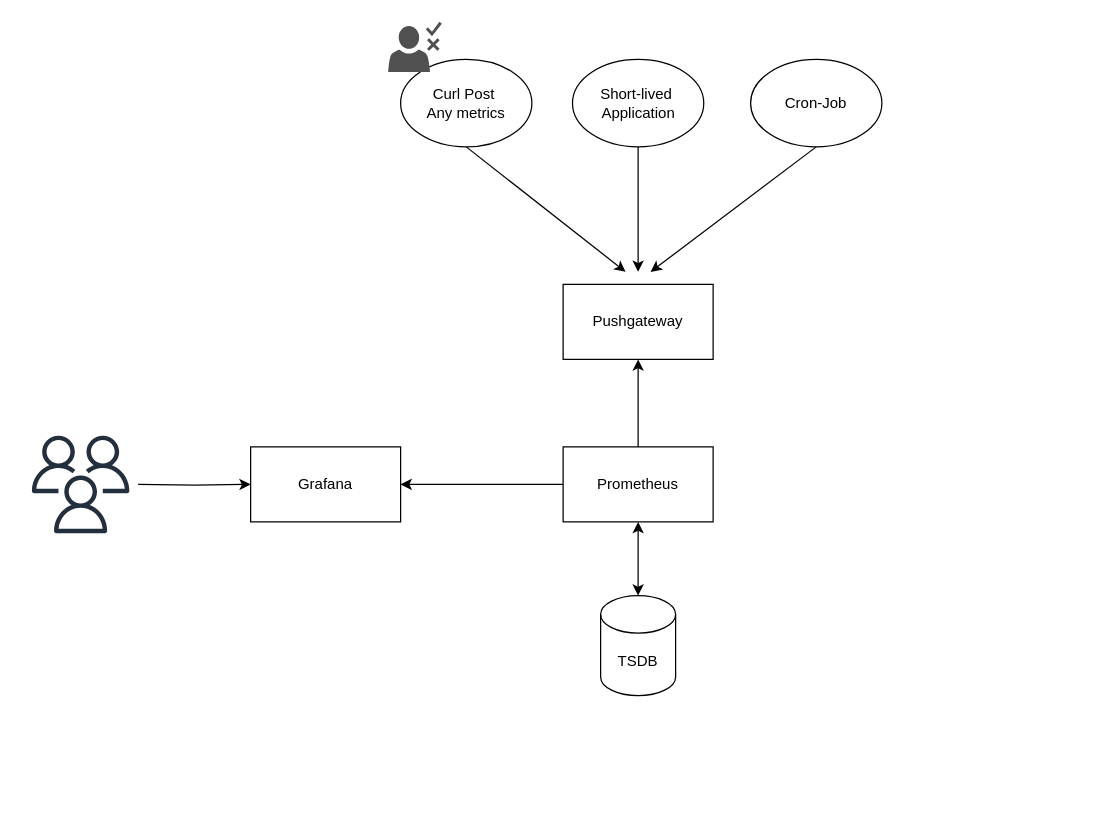
This is k8s-prom-pushgateway.drawio from naren4b/k8s-monitoring, a draw.io file, before an edit. Source tidied: cells renumbered, new cells numbered last; positions are measured from the earlier drawing's top-left corner, leaving out a move shared by most shapes. Both pictures are drawn from the tidied source at 125%, with x=0, y=0 at pixel (31, 21).
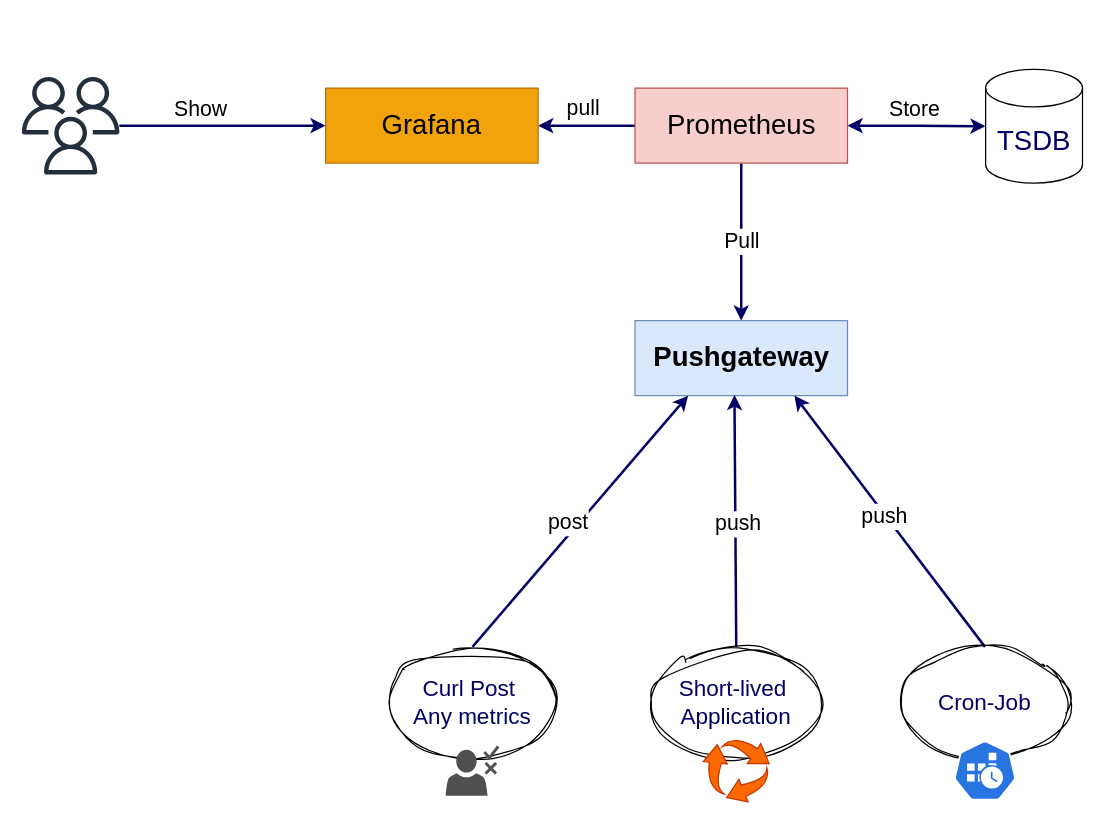
After the change.

Diff of the diagram source:
```diff
@@
-    <mxCell id="2" style="edgeStyle=orthogonalEdgeStyle;rounded=0;jettySize=auto;html=1;exitX=0.5;exitY=0;exitDx=0;exitDy=0;entryX=0.5;entryY=1;entryDx=0;entryDy=0;" parent="1" edge="1" source="5" target="6">
+    <mxCell id="2" value="&lt;font style=&quot;font-size: 17px;&quot;&gt;Pull&lt;/font&gt;" style="edgeStyle=orthogonalEdgeStyle;rounded=0;jettySize=auto;html=1;exitX=0.5;exitY=1;exitDx=0;exitDy=0;entryX=0.5;entryY=0;entryDx=0;entryDy=0;flowAnimation=1;strokeWidth=2;strokeColor=#000066;labelBackgroundColor=default;" parent="1" edge="1" source="5" target="6">
       <mxGeometry relative="1" as="geometry" />
     </mxCell>
-    <mxCell id="3" style="rounded=0;jettySize=auto;html=1;exitX=0;exitY=0.5;exitDx=0;exitDy=0;entryX=1;entryY=0.5;entryDx=0;entryDy=0;" parent="1" edge="1" source="5" target="15">
+    <mxCell id="3" style="rounded=0;jettySize=auto;html=1;exitX=0;exitY=0.5;exitDx=0;exitDy=0;entryX=1;entryY=0.5;entryDx=0;entryDy=0;flowAnimation=1;strokeWidth=2;strokeColor=#000066;" parent="1" edge="1" source="5" target="15">
       <mxGeometry relative="1" as="geometry" />
     </mxCell>
+    <mxCell id="18" value="&lt;font style=&quot;font-size: 17px;&quot;&gt;pull&lt;/font&gt;" style="edgeLabel;html=1;align=center;verticalAlign=middle;" parent="3" vertex="1">
+      <mxGeometry x="0.08" y="-1" relative="1" as="geometry">
+        <mxPoint y="-13" as="offset" />
+      </mxGeometry>
+    </mxCell>
-    <mxCell id="4" style="edgeStyle=orthogonalEdgeStyle;rounded=0;jettySize=auto;html=1;exitX=0.5;exitY=1;exitDx=0;exitDy=0;startArrow=classic;startFill=1;" parent="1" edge="1" source="5" target="7">
+    <mxCell id="4" style="edgeStyle=orthogonalEdgeStyle;rounded=0;jettySize=auto;html=1;startArrow=classic;startFill=1;flowAnimation=1;strokeWidth=2;strokeColor=#000066;" parent="1" edge="1" source="5" target="7">
       <mxGeometry relative="1" as="geometry" />
     </mxCell>
+    <mxCell id="19" value="&lt;font style=&quot;font-size: 17px;&quot;&gt;Store&lt;/font&gt;" style="edgeLabel;html=1;align=center;verticalAlign=middle;" parent="4" vertex="1">
+      <mxGeometry x="-0.04" relative="1" as="geometry">
+        <mxPoint y="-13" as="offset" />
+      </mxGeometry>
+    </mxCell>
-    <mxCell id="5" value="Prometheus" style="rounded=0;whiteSpace=wrap;html=1;" parent="1" vertex="1">
-      <mxGeometry x="425" y="340" width="120" height="60" as="geometry" />
+    <mxCell id="5" value="Prometheus" style="rounded=0;whiteSpace=wrap;html=1;fontSize=22;fillColor=#f8cecc;strokeColor=#b85450;" parent="1" vertex="1">
+      <mxGeometry x="482.5" y="53" width="170" height="60" as="geometry" />
     </mxCell>
-    <mxCell id="6" value="Pushgateway" style="rounded=0;whiteSpace=wrap;html=1;" parent="1" vertex="1">
-      <mxGeometry x="425" y="210" width="120" height="60" as="geometry" />
+    <mxCell id="6" value="Pushgateway" style="rounded=0;whiteSpace=wrap;html=1;fontSize=22;fontStyle=1;fillColor=#dae8fc;strokeColor=#6c8ebf;" parent="1" vertex="1">
+      <mxGeometry x="482.5" y="239" width="170" height="60" as="geometry" />
     </mxCell>
-    <mxCell id="7" value="TSDB" style="shape=cylinder3;whiteSpace=wrap;html=1;boundedLbl=1;backgroundOutline=1;size=15;" parent="1" vertex="1">
-      <mxGeometry x="455" y="459" width="60" height="80" as="geometry" />
+    <mxCell id="7" value="TSDB" style="shape=cylinder3;whiteSpace=wrap;html=1;boundedLbl=1;backgroundOutline=1;size=15;fontSize=22;fontColor=#000066;" parent="1" vertex="1">
+      <mxGeometry x="763" y="38" width="77.5" height="91" as="geometry" />
     </mxCell>
-    <mxCell id="8" style="rounded=0;jettySize=auto;html=1;exitX=0.5;exitY=1;exitDx=0;exitDy=0;" parent="1" edge="1" source="9">
-      <mxGeometry relative="1" as="geometry">
-        <mxPoint x="485" y="200" as="targetPoint" />
-      </mxGeometry>
+    <mxCell id="8" style="rounded=0;jettySize=auto;html=1;exitX=0.5;exitY=0;exitDx=0;exitDy=0;entryX=0.468;entryY=0.99;entryDx=0;entryDy=0;flowAnimation=1;strokeWidth=2;strokeColor=#000066;entryPerimeter=0;" parent="1" edge="1" source="9" target="6">
+      <mxGeometry relative="1" as="geometry" />
     </mxCell>
+    <mxCell id="20" value="&lt;font style=&quot;font-size: 17px;&quot;&gt;push&lt;/font&gt;" style="edgeLabel;html=1;align=center;verticalAlign=middle;" parent="8" vertex="1">
+      <mxGeometry x="-0.03" y="-2" relative="1" as="geometry" />
+    </mxCell>
-    <mxCell id="9" value="Short-lived&amp;nbsp;&lt;div&gt;Application&lt;/div&gt;" style="ellipse;whiteSpace=wrap;html=1;" parent="1" vertex="1">
-      <mxGeometry x="432.5" y="30" width="105" height="70" as="geometry" />
+    <mxCell id="9" value="Short-lived&amp;nbsp;&lt;div style=&quot;font-size: 18px;&quot;&gt;Application&lt;/div&gt;" style="ellipse;whiteSpace=wrap;html=1;fontSize=18;fontColor=#000066;sketch=1;curveFitting=1;jiggle=2;fillColor=none;" parent="1" vertex="1">
+      <mxGeometry x="496" y="500" width="135" height="90" as="geometry" />
     </mxCell>
-    <mxCell id="10" style="rounded=0;jettySize=auto;html=1;exitX=0.5;exitY=1;exitDx=0;exitDy=0;" parent="1" edge="1" source="11">
-      <mxGeometry relative="1" as="geometry">
-        <mxPoint x="495" y="200" as="targetPoint" />
-      </mxGeometry>
+    <mxCell id="10" style="rounded=0;jettySize=auto;html=1;exitX=0.5;exitY=0;exitDx=0;exitDy=0;entryX=0.75;entryY=1;entryDx=0;entryDy=0;flowAnimation=1;strokeWidth=2;strokeColor=#000066;" parent="1" edge="1" source="11" target="6">
+      <mxGeometry relative="1" as="geometry" />
     </mxCell>
+    <mxCell id="21" value="&lt;font style=&quot;font-size: 17px;&quot;&gt;push&lt;/font&gt;" style="edgeLabel;html=1;align=center;verticalAlign=middle;" parent="10" vertex="1">
+      <mxGeometry x="0.05" y="1" relative="1" as="geometry" />
+    </mxCell>
-    <mxCell id="11" value="Cron-Job" style="ellipse;whiteSpace=wrap;html=1;" parent="1" vertex="1">
-      <mxGeometry x="575" y="30" width="105" height="70" as="geometry" />
+    <mxCell id="11" value="Cron-Job" style="ellipse;whiteSpace=wrap;html=1;fontSize=18;fontColor=#000066;sketch=1;curveFitting=1;jiggle=2;fillColor=none;" parent="1" vertex="1">
+      <mxGeometry x="695" y="500" width="135" height="90" as="geometry" />
     </mxCell>
-    <mxCell id="12" style="rounded=0;jettySize=auto;html=1;exitX=0.5;exitY=1;exitDx=0;exitDy=0;" parent="1" edge="1" source="13">
-      <mxGeometry relative="1" as="geometry">
-        <mxPoint x="475" y="200" as="targetPoint" />
-      </mxGeometry>
+    <mxCell id="12" style="rounded=0;jettySize=auto;html=1;exitX=0.5;exitY=0;exitDx=0;exitDy=0;entryX=0.25;entryY=1;entryDx=0;entryDy=0;flowAnimation=1;strokeWidth=2;strokeColor=#000066;" parent="1" edge="1" source="13" target="6">
+      <mxGeometry relative="1" as="geometry" />
     </mxCell>
+    <mxCell id="22" value="&lt;font style=&quot;font-size: 17px;&quot;&gt;post&lt;/font&gt;" style="edgeLabel;html=1;align=center;verticalAlign=middle;" parent="12" vertex="1">
+      <mxGeometry x="-0.11" y="1" relative="1" as="geometry">
+        <mxPoint y="-9" as="offset" />
+      </mxGeometry>
+    </mxCell>
-    <mxCell id="13" value="Curl Post&amp;nbsp;&lt;div&gt;Any metrics&lt;/div&gt;" style="ellipse;whiteSpace=wrap;html=1;" parent="1" vertex="1">
-      <mxGeometry x="295" y="30" width="105" height="70" as="geometry" />
+    <mxCell id="13" value="Curl Post&amp;nbsp;&lt;div style=&quot;font-size: 18px;&quot;&gt;Any metrics&lt;/div&gt;" style="ellipse;whiteSpace=wrap;html=1;fontSize=18;fontColor=#000066;sketch=1;curveFitting=1;jiggle=2;fillColor=none;" parent="1" vertex="1">
+      <mxGeometry x="285" y="500" width="135" height="90" as="geometry" />
     </mxCell>
-    <mxCell id="14" style="edgeStyle=orthogonalEdgeStyle;rounded=0;jettySize=auto;html=1;exitX=0;exitY=0.5;exitDx=0;exitDy=0;entryX=0;entryY=0.5;entryDx=0;entryDy=0;" parent="1" edge="1" target="15">
-      <mxGeometry relative="1" as="geometry">
-        <mxPoint x="85" y="370" as="sourcePoint" />
-      </mxGeometry>
+    <mxCell id="14" style="edgeStyle=orthogonalEdgeStyle;rounded=0;jettySize=auto;html=1;entryX=0;entryY=0.5;entryDx=0;entryDy=0;flowAnimation=1;strokeWidth=2;strokeColor=#000066;" parent="1" edge="1" source="16" target="15">
+      <mxGeometry relative="1" as="geometry" />
     </mxCell>
+    <mxCell id="23" value="&lt;font style=&quot;font-size: 17px;&quot;&gt;Show&lt;/font&gt;" style="edgeLabel;html=1;align=center;verticalAlign=middle;" parent="14" vertex="1">
+      <mxGeometry x="-0.24" y="7" relative="1" as="geometry">
+        <mxPoint x="1" y="-6" as="offset" />
+      </mxGeometry>
+    </mxCell>
-    <mxCell id="15" value="Grafana" style="rounded=0;whiteSpace=wrap;html=1;" parent="1" vertex="1">
-      <mxGeometry x="175" y="340" width="120" height="60" as="geometry" />
+    <mxCell id="15" value="Grafana" style="rounded=0;whiteSpace=wrap;html=1;fontSize=22;fontColor=#000000;fillColor=#f0a30a;strokeColor=#BD7000;" parent="1" vertex="1">
+      <mxGeometry x="235" y="53" width="170" height="60" as="geometry" />
     </mxCell>
-    <mxCell id="16" style="sketch=0;outlineConnect=0;fontColor=#232F3E;gradientColor=none;fillColor=#232F3D;strokeColor=none;dashed=0;verticalLabelPosition=bottom;verticalAlign=top;align=center;html=1;fontSize=12;fontStyle=0;shape=mxgraph.aws4.users;" parent="1" vertex="1">
-      <mxGeometry y="331" width="78" height="78" as="geometry" />
+    <mxCell id="16" style="sketch=0;outlineConnect=0;fontColor=#000066;gradientColor=none;fillColor=#232F3D;strokeColor=none;dashed=0;verticalLabelPosition=bottom;verticalAlign=top;align=center;html=1;fontSize=22;fontStyle=0;shape=mxgraph.aws4.users;" parent="1" vertex="1">
+      <mxGeometry x="-8" y="44" width="78" height="78" as="geometry" />
     </mxCell>
-    <mxCell id="17" style="sketch=0;shadow=0;dashed=0;html=1;strokeColor=none;fillColor=#505050;labelPosition=center;verticalLabelPosition=bottom;verticalAlign=top;align=center;shape=mxgraph.office.users.approver;" parent="1" vertex="1">
-      <mxGeometry x="285" width="42.9" height="40" as="geometry" />
+    <mxCell id="17" style="sketch=0;shadow=0;dashed=0;html=1;strokeColor=none;fillColor=#505050;labelPosition=center;verticalLabelPosition=bottom;verticalAlign=top;align=center;shape=mxgraph.office.users.approver;fontSize=22;fontColor=#000066;" parent="1" vertex="1">
+      <mxGeometry x="331" y="579" width="42.9" height="40" as="geometry" />
     </mxCell>
+    <mxCell id="24" style="sketch=0;html=1;shadow=0;verticalAlign=top;labelPosition=center;verticalLabelPosition=bottom;shape=mxgraph.gcp2.arrow_cycle;strokeColor=#C73500;fillColor=#fa6800;fontColor=#000000;" parent="1" vertex="1">
+      <mxGeometry x="537.2" y="574" width="52.6" height="50" as="geometry" />
+    </mxCell>
+    <mxCell id="25" style="sketch=0;html=1;dashed=0;whitespace=wrap;fillColor=#2875E2;strokeColor=#ffffff;shape=mxgraph.kubernetes.icon2;prIcon=cronjob;" parent="1" vertex="1">
+      <mxGeometry x="737.5" y="575" width="50" height="48" as="geometry" />
+    </mxCell>
```
